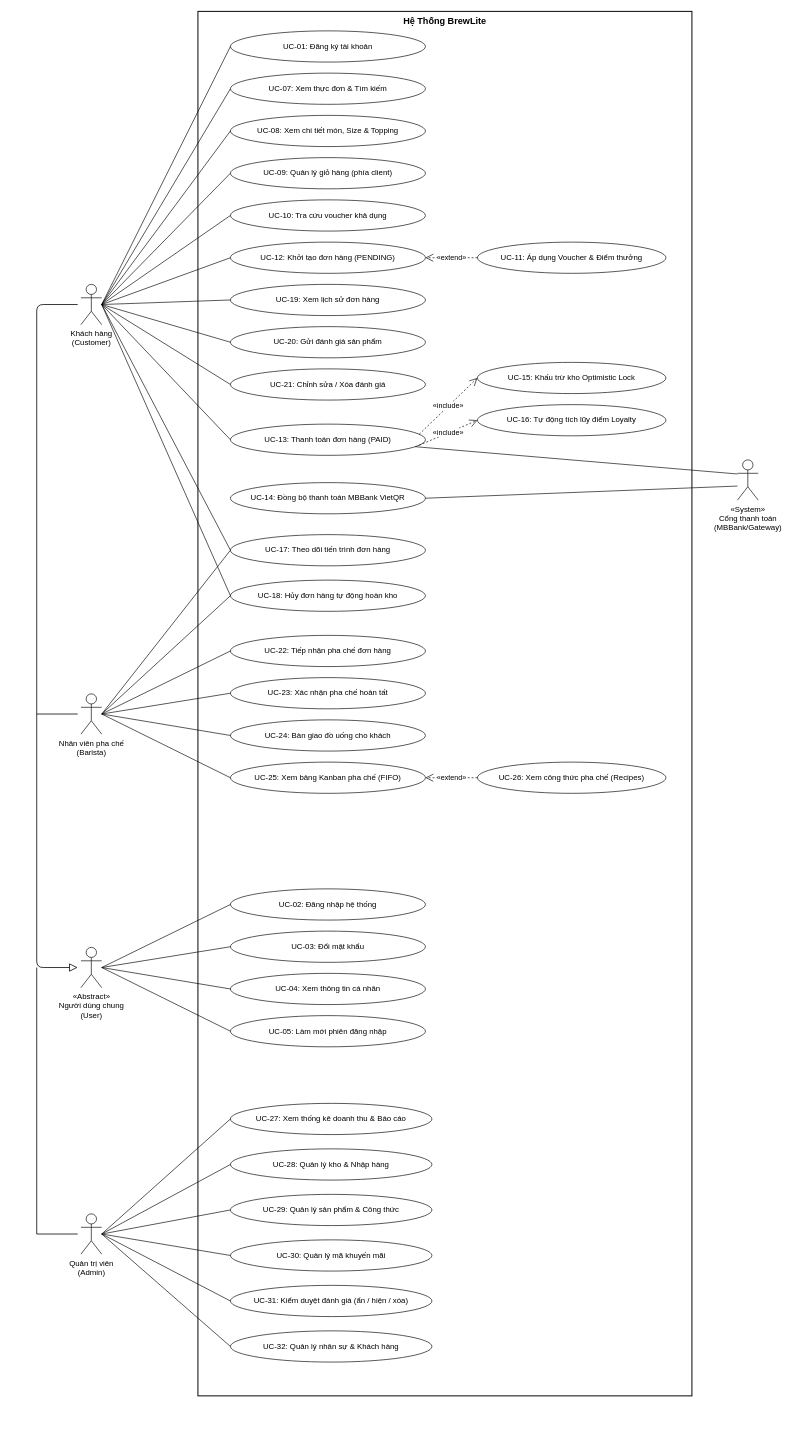
Earlier version of the draw.io diagram docs/diagrams/usecases/01-usecase-overall.drawio (hanhdevsgu/BrewLite-Assignment2). Source tidied: cells renumbered, new cells numbered last; positions are measured from the earlier drawing's top-left corner, leaving out a move shared by most shapes. Both pictures are drawn from the tidied source at 65%, with x=0, y=0 at pixel (36, 11).
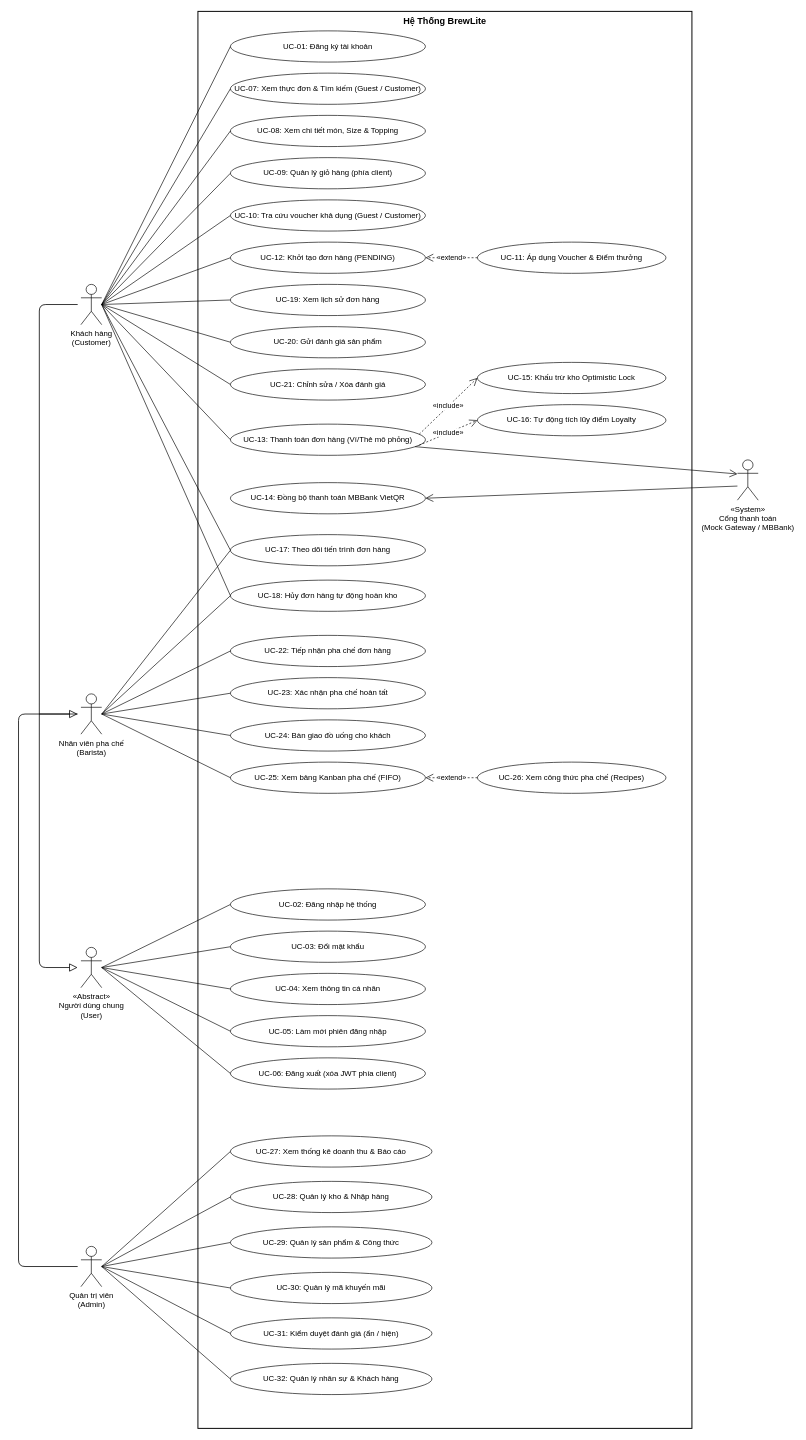
The same page after the edit.

Commit message (it also covers changes not shown here):
docs(usecase): align UC-06, Admin inheritance, Gateway directions, and sub-UC IDs with backend

The change refers to these unchanged cells:
```xml
<mxCell id="5" value="«Abstract»&lt;br&gt;Người dùng chung&lt;br&gt;(User)" style="shape=umlActor;verticalLabelPosition=bottom;verticalAlign=top;html=1;outlineConnect=0;fillColor=#ffffff;strokeColor=#000000;fontSize=12;" parent="1" vertex="1">
  <mxGeometry x="68" y="1440" width="32" height="62" as="geometry" />
</mxCell>
<mxCell id="18" value="UC-14: Đồng bộ thanh toán MBBank VietQR" style="ellipse;whiteSpace=wrap;html=1;fillColor=#ffffff;strokeColor=#000000;fontSize=12;" parent="1" vertex="1">
  <mxGeometry x="298" y="725" width="300" height="48" as="geometry" />
</mxCell>
```

Diff of the diagram source:
```diff
@@
     <mxCell id="2" value="Hệ Thống BrewLite" style="rounded=0;whiteSpace=wrap;html=1;fillColor=none;strokeColor=#000000;strokeWidth=1.5;verticalAlign=top;fontStyle=1;fontSize=14;" parent="1" vertex="1">
-      <mxGeometry x="248" width="760" height="2130" as="geometry" />
+      <mxGeometry x="248" width="760" height="2180" as="geometry" />
     </mxCell>
@@
     <mxCell id="6" value="Quản trị viên&lt;br&gt;(Admin)" style="shape=umlActor;verticalLabelPosition=bottom;verticalAlign=top;html=1;outlineConnect=0;fillColor=#ffffff;strokeColor=#000000;fontSize=12;" parent="1" vertex="1">
-      <mxGeometry x="68" y="1850" width="32" height="62" as="geometry" />
+      <mxGeometry x="68" y="1900" width="32" height="62" as="geometry" />
     </mxCell>
-    <mxCell id="7" value="«System»&lt;br&gt;Cổng thanh toán&lt;br&gt;(MBBank/Gateway)" style="shape=umlActor;verticalLabelPosition=bottom;verticalAlign=top;html=1;outlineConnect=0;fillColor=#ffffff;strokeColor=#000000;fontSize=12;" parent="1" vertex="1">
+    <mxCell id="7" value="«System»&lt;br&gt;Cổng thanh toán&lt;br&gt;(Mock Gateway / MBBank)" style="shape=umlActor;verticalLabelPosition=bottom;verticalAlign=top;html=1;outlineConnect=0;fillColor=#ffffff;strokeColor=#000000;fontSize=12;" parent="1" vertex="1">
       <mxGeometry x="1078" y="690" width="32" height="62" as="geometry" />
     </mxCell>
@@
-    <mxCell id="9" value="UC-07: Xem thực đơn &amp; Tìm kiếm" style="ellipse;whiteSpace=wrap;html=1;fillColor=#ffffff;strokeColor=#000000;fontSize=12;" parent="1" vertex="1">
+    <mxCell id="9" value="UC-07: Xem thực đơn &amp; Tìm kiếm (Guest / Customer)" style="ellipse;whiteSpace=wrap;html=1;fillColor=#ffffff;strokeColor=#000000;fontSize=12;" parent="1" vertex="1">
       <mxGeometry x="298" y="95" width="300" height="48" as="geometry" />
     </mxCell>
@@
-    <mxCell id="12" value="UC-10: Tra cứu voucher khả dụng" style="ellipse;whiteSpace=wrap;html=1;fillColor=#ffffff;strokeColor=#000000;fontSize=12;" parent="1" vertex="1">
+    <mxCell id="12" value="UC-10: Tra cứu voucher khả dụng (Guest / Customer)" style="ellipse;whiteSpace=wrap;html=1;fillColor=#ffffff;strokeColor=#000000;fontSize=12;" parent="1" vertex="1">
       <mxGeometry x="298" y="290" width="300" height="48" as="geometry" />
     </mxCell>
@@
-    <mxCell id="17" value="UC-13: Thanh toán đơn hàng (PAID)" style="ellipse;whiteSpace=wrap;html=1;fillColor=#ffffff;strokeColor=#000000;fontSize=12;" parent="1" vertex="1">
+    <mxCell id="17" value="UC-13: Thanh toán đơn hàng (Ví/Thẻ mô phỏng)" style="ellipse;whiteSpace=wrap;html=1;fillColor=#ffffff;strokeColor=#000000;fontSize=12;" parent="1" vertex="1">
       <mxGeometry x="298" y="635" width="300" height="48" as="geometry" />
     </mxCell>
@@
+    <mxCell id="76" value="UC-06: Đăng xuất (xóa JWT phía client)" style="ellipse;whiteSpace=wrap;html=1;fillColor=#ffffff;strokeColor=#000000;fontSize=12;" parent="1" vertex="1">
+      <mxGeometry x="298" y="1610" width="300" height="48" as="geometry" />
+    </mxCell>
     <mxCell id="33" value="UC-27: Xem thống kê doanh thu &amp; Báo cáo" style="ellipse;whiteSpace=wrap;html=1;fillColor=#ffffff;strokeColor=#000000;fontSize=12;" parent="1" vertex="1">
-      <mxGeometry x="298" y="1680" width="310" height="48" as="geometry" />
+      <mxGeometry x="298" y="1730" width="310" height="48" as="geometry" />
     </mxCell>
     <mxCell id="34" value="UC-28: Quản lý kho &amp; Nhập hàng" style="ellipse;whiteSpace=wrap;html=1;fillColor=#ffffff;strokeColor=#000000;fontSize=12;" parent="1" vertex="1">
-      <mxGeometry x="298" y="1750" width="310" height="48" as="geometry" />
+      <mxGeometry x="298" y="1800" width="310" height="48" as="geometry" />
     </mxCell>
     <mxCell id="35" value="UC-29: Quản lý sản phẩm &amp; Công thức" style="ellipse;whiteSpace=wrap;html=1;fillColor=#ffffff;strokeColor=#000000;fontSize=12;" parent="1" vertex="1">
-      <mxGeometry x="298" y="1820" width="310" height="48" as="geometry" />
+      <mxGeometry x="298" y="1870" width="310" height="48" as="geometry" />
     </mxCell>
     <mxCell id="36" value="UC-30: Quản lý mã khuyến mãi" style="ellipse;whiteSpace=wrap;html=1;fillColor=#ffffff;strokeColor=#000000;fontSize=12;" parent="1" vertex="1">
-      <mxGeometry x="298" y="1890" width="310" height="48" as="geometry" />
+      <mxGeometry x="298" y="1940" width="310" height="48" as="geometry" />
     </mxCell>
-    <mxCell id="37" value="UC-31: Kiểm duyệt đánh giá (ẩn / hiện / xóa)" style="ellipse;whiteSpace=wrap;html=1;fillColor=#ffffff;strokeColor=#000000;fontSize=12;" parent="1" vertex="1">
-      <mxGeometry x="298" y="1960" width="310" height="48" as="geometry" />
+    <mxCell id="37" value="UC-31: Kiểm duyệt đánh giá (ẩn / hiện)" style="ellipse;whiteSpace=wrap;html=1;fillColor=#ffffff;strokeColor=#000000;fontSize=12;" parent="1" vertex="1">
+      <mxGeometry x="298" y="2010" width="310" height="48" as="geometry" />
     </mxCell>
     <mxCell id="38" value="UC-32: Quản lý nhân sự &amp; Khách hàng" style="ellipse;whiteSpace=wrap;html=1;fillColor=#ffffff;strokeColor=#000000;fontSize=12;" parent="1" vertex="1">
-      <mxGeometry x="298" y="2030" width="310" height="48" as="geometry" />
+      <mxGeometry x="298" y="2080" width="310" height="48" as="geometry" />
     </mxCell>
@@
+    <mxCell id="77" style="endArrow=none;html=1;strokeColor=#000000;strokeWidth=1;exitX=1;exitY=0.5;exitDx=0;exitDy=0;entryX=0;entryY=0.5;entryDx=0;entryDy=0;" parent="1" edge="1" source="5" target="76">
+      <mxGeometry relative="1" as="geometry" />
+    </mxCell>
@@
-    <mxCell id="67" style="endArrow=none;html=1;strokeColor=#000000;strokeWidth=1;exitX=0;exitY=0.35;exitDx=0;exitDy=0;entryX=1;entryY=0.75;entryDx=0;entryDy=0;" parent="1" edge="1" source="7" target="17">
+    <mxCell id="67" style="endArrow=open;endSize=10;html=1;strokeColor=#000000;strokeWidth=1;exitX=1;exitY=0.75;exitDx=0;exitDy=0;entryX=0;entryY=0.35;entryDx=0;entryDy=0;" parent="1" edge="1" source="17" target="7">
       <mxGeometry relative="1" as="geometry" />
     </mxCell>
-    <mxCell id="68" style="endArrow=none;html=1;strokeColor=#000000;strokeWidth=1;exitX=0;exitY=0.65;exitDx=0;exitDy=0;entryX=1;entryY=0.5;entryDx=0;entryDy=0;" parent="1" edge="1" source="7" target="18">
+    <mxCell id="68" style="endArrow=open;endSize=10;html=1;strokeColor=#000000;strokeWidth=1;exitX=0;exitY=0.65;exitDx=0;exitDy=0;entryX=1;entryY=0.5;entryDx=0;entryDy=0;" parent="1" edge="1" source="7" target="18">
       <mxGeometry relative="1" as="geometry" />
     </mxCell>
@@
     <mxCell id="73" style="endArrow=block;endFill=0;endSize=10;html=1;strokeColor=#000000;strokeWidth=1.2;" parent="1" edge="1">
       <mxGeometry relative="1" as="geometry">
         <mxPoint x="63" y="451" as="sourcePoint" />
         <mxPoint x="63" y="1471" as="targetPoint" />
         <Array as="points">
-          <mxPoint y="451" />
-          <mxPoint y="1471" />
+          <mxPoint x="4" y="451" />
+          <mxPoint x="4" y="1471" />
         </Array>
       </mxGeometry>
     </mxCell>
     <mxCell id="74" style="edgeStyle=orthogonalEdgeStyle;rounded=0;orthogonalLoop=1;jettySize=auto;html=1;endArrow=none;strokeWidth=1.2;strokeColor=#000000;" parent="1" edge="1">
       <mxGeometry relative="1" as="geometry">
         <mxPoint x="63" y="1081" as="sourcePoint" />
-        <mxPoint y="1081" as="targetPoint" />
+        <mxPoint x="4" y="1081" as="targetPoint" />
       </mxGeometry>
     </mxCell>
-    <mxCell id="75" style="edgeStyle=orthogonalEdgeStyle;rounded=0;orthogonalLoop=1;jettySize=auto;html=1;endArrow=none;strokeWidth=1.2;strokeColor=#000000;" parent="1" edge="1">
+    <mxCell id="75" style="endArrow=block;endFill=0;endSize=10;html=1;strokeColor=#000000;strokeWidth=1.2;" parent="1" edge="1">
       <mxGeometry relative="1" as="geometry">
-        <mxPoint x="63" y="1881" as="sourcePoint" />
-        <mxPoint y="1471" as="targetPoint" />
+        <mxPoint x="63" y="1931" as="sourcePoint" />
+        <mxPoint x="63" y="1081" as="targetPoint" />
         <Array as="points">
-          <mxPoint y="1881" />
+          <mxPoint x="-28" y="1931" />
+          <mxPoint x="-28" y="1081" />
         </Array>
       </mxGeometry>
     </mxCell>
```
